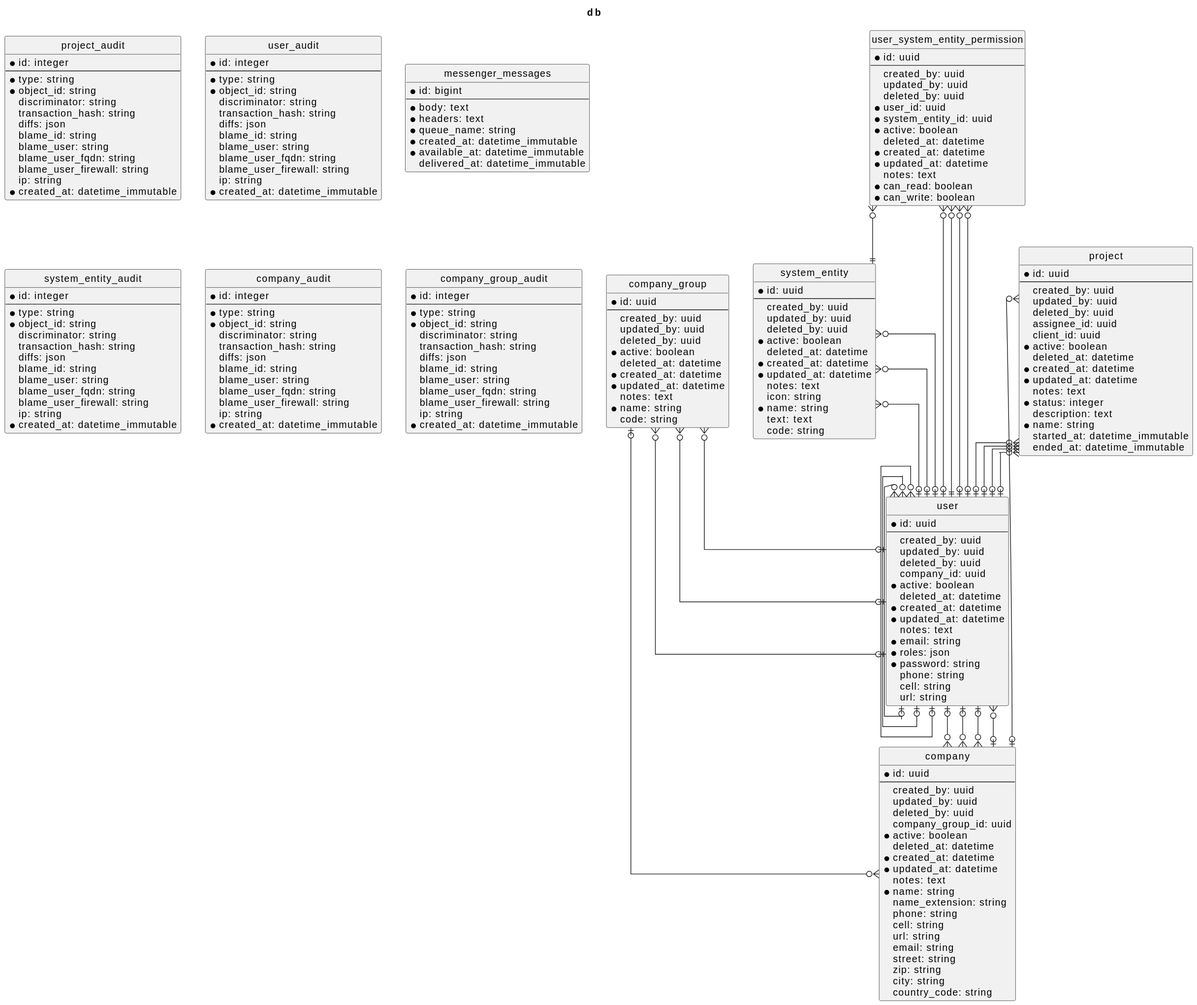
This is assets/docs/diagram-er.svg from cschorr/symfony-core-bundle, a PlantUML export, as it was before one commit.
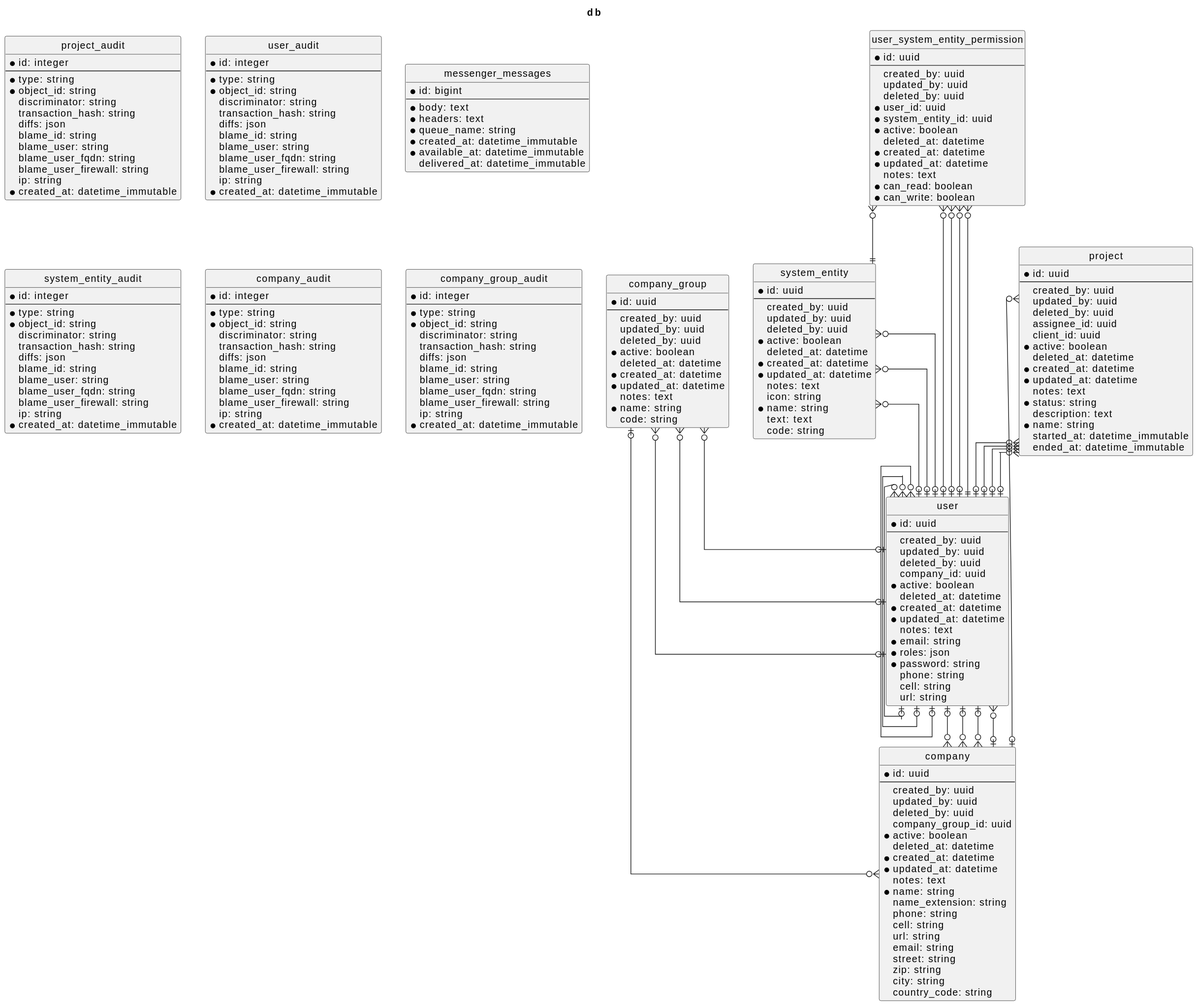
Later version of the same file.

Commit message:
fix: project status enum

Diff of the diagram source:
```diff
@@ -32,7 +32,7 @@
 * created_at: datetime
 * updated_at: datetime
  notes: text
-* status: integer
+* status: string
  description: text
 * name: string
  started_at: datetime_immutable
@@ -202,23 +202,23 @@
 company_group }o--o| user
 project }o--o| user
 project }o--o| user
-project }o--o| user
 project }o--o| company
 project }o--o| user
-user_system_entity_permission }o--o| user
-user_system_entity_permission }o--|| user
+project }o--o| user
 user_system_entity_permission }o--o| user
 user_system_entity_permission }o--o| user
 user_system_entity_permission }o--|| system_entity
+user_system_entity_permission }o--o| user
+user_system_entity_permission }o--|| user
+company }o--o| user
 company }o--o| user
 company }o--o| company_group
-company }o--o| user
 company }o--o| user
 system_entity }o--o| user
 system_entity }o--o| user
 system_entity }o--o| user
+user }o--o| user
+user }o--o| user
 user }o--o| company
 user }o--o| user
-user }o--o| user
-user }o--o| user
 @enduml
```
